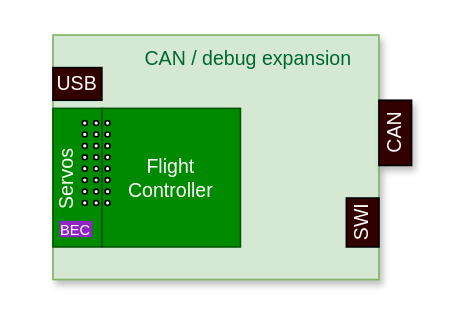
The draw.io diagram documentation/images/PCB_concept.drawio in MomoRC-tech/MoGliFC-Flight-Controller, before the edit. Source tidied: cells renumbered, new cells numbered last; positions are measured from the earlier drawing's top-left corner, leaving out a move shared by most shapes. Both pictures are drawn from the tidied source at 163%, with x=0, y=0 at pixel (16, 34).
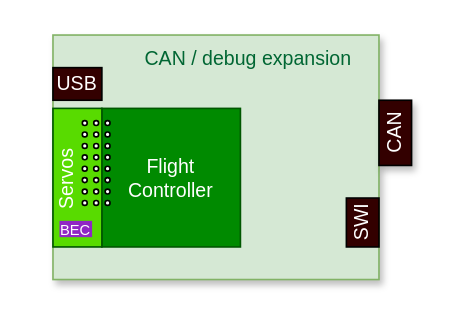
After the change.

The edit, as a diff of the source:
```diff
@@
-    <mxCell id="4" style="rounded=0;whiteSpace=wrap;html=1;fillColor=#008a00;fontColor=#ffffff;strokeColor=#005700;" parent="1" vertex="1">
+    <mxCell id="4" style="rounded=0;whiteSpace=wrap;html=1;fillColor=#58db00;fontColor=#ffffff;strokeColor=#005700;" parent="1" vertex="1">
       <mxGeometry x="22" y="45" width="30" height="85" as="geometry" />
     </mxCell>
```
